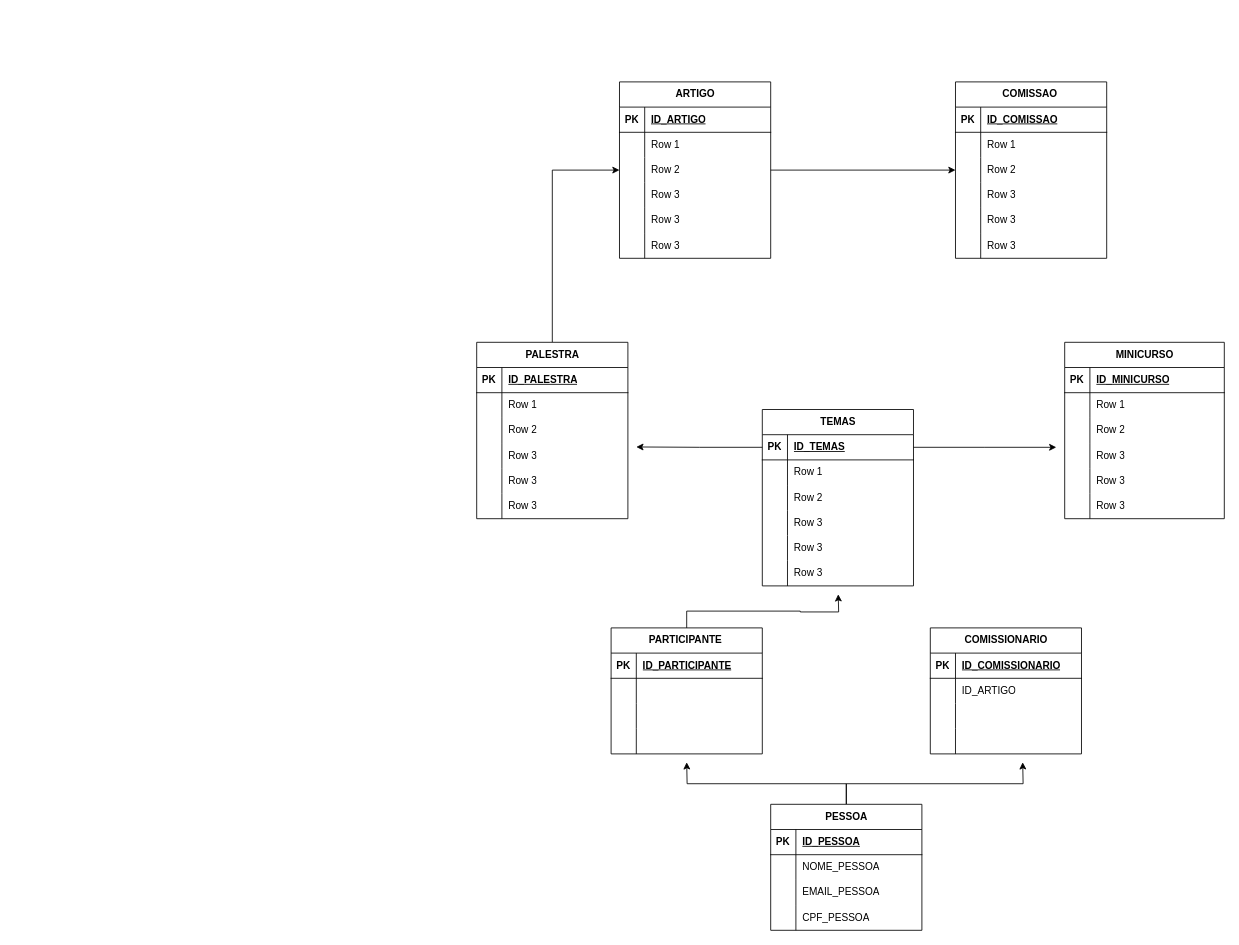
Earlier version of the draw.io diagram C2304/projetosimposio.drawio (lteduardo01/DB_UNOESC). Source tidied: cells renumbered, new cells numbered last; positions are measured from the earlier drawing's top-left corner, leaving out a move shared by most shapes. Both pictures are drawn from the tidied source at 84%, with x=0, y=0 at pixel (476, 81).
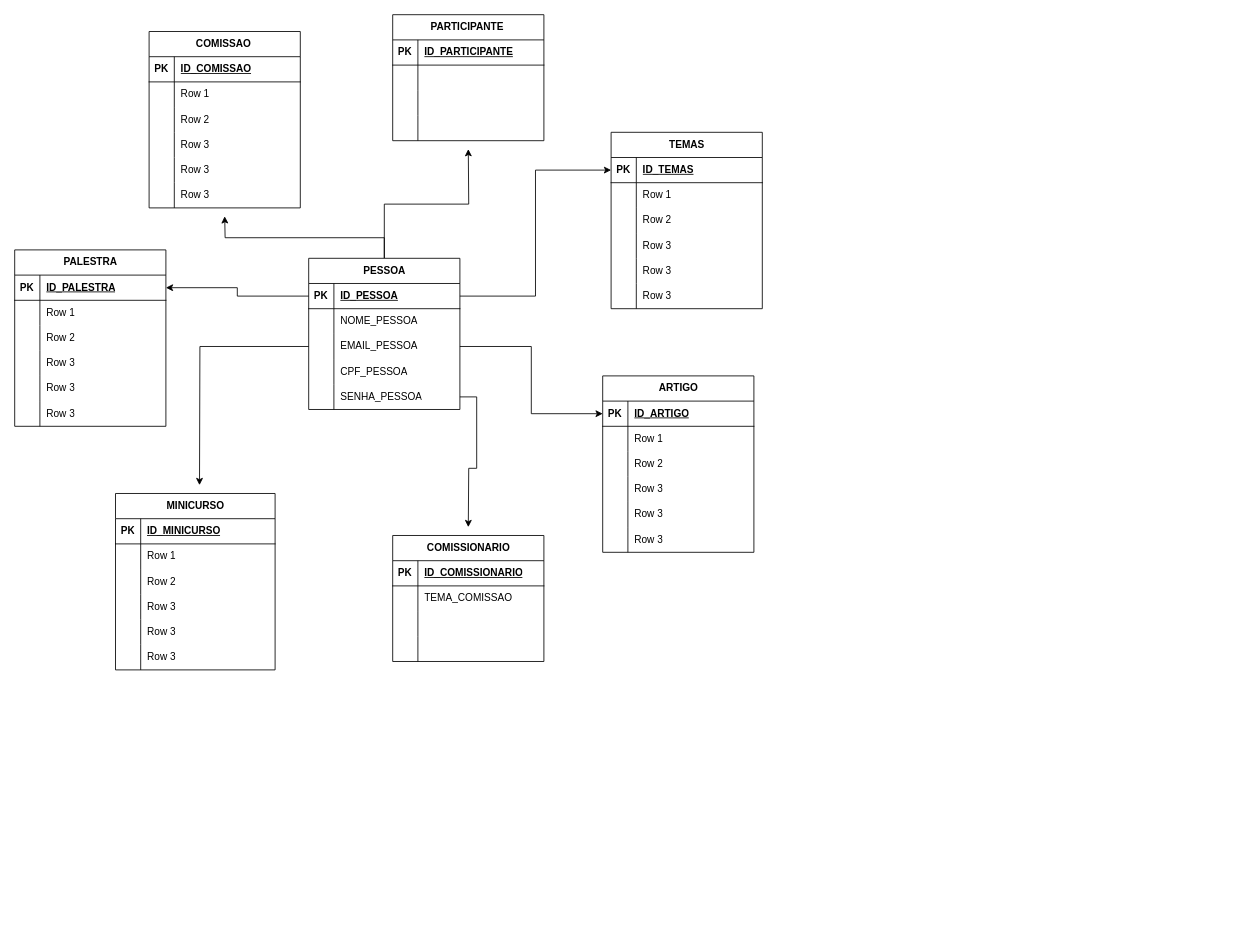
The same diagram, later.

The change refers to these unchanged cells:
```xml
<mxCell id="36" style="shape=tableRow;horizontal=0;startSize=0;swimlaneHead=0;swimlaneBody=0;fillColor=none;points=[[0,0.5],[1,0.5]];portConstraint=eastwest;top=0;left=0;right=0;bottom=1;" parent="35" vertex="1">
  <mxGeometry y="30" width="180" height="30" as="geometry" />
</mxCell>
<mxCell id="42" style="shape=tableRow;horizontal=0;startSize=0;swimlaneHead=0;swimlaneBody=0;fillColor=none;points=[[0,0.5],[1,0.5]];portConstraint=eastwest;top=0;left=0;right=0;bottom=0;" parent="35" vertex="1">
  <mxGeometry y="90" width="180" height="30" as="geometry" />
</mxCell>
<mxCell id="61" style="shape=tableRow;horizontal=0;startSize=0;swimlaneHead=0;swimlaneBody=0;fillColor=none;points=[[0,0.5],[1,0.5]];portConstraint=eastwest;top=0;left=0;right=0;bottom=0;" parent="54" vertex="1">
  <mxGeometry y="90" width="180" height="30" as="geometry" />
</mxCell>
<mxCell id="74" style="shape=tableRow;horizontal=0;startSize=0;swimlaneHead=0;swimlaneBody=0;fillColor=none;points=[[0,0.5],[1,0.5]];portConstraint=eastwest;top=0;left=0;right=0;bottom=1;" parent="73" vertex="1">
  <mxGeometry y="30" width="180" height="30" as="geometry" />
</mxCell>
<mxCell id="94" style="shape=tableRow;horizontal=0;startSize=0;swimlaneHead=0;swimlaneBody=0;fillColor=none;points=[[0,0.5],[1,0.5]];portConstraint=eastwest;top=0;left=0;right=0;bottom=1;" parent="93" vertex="1">
  <mxGeometry y="30" width="180" height="30" as="geometry" />
</mxCell>
<mxCell id="118" style="shape=tableRow;horizontal=0;startSize=0;swimlaneHead=0;swimlaneBody=0;fillColor=none;points=[[0,0.5],[1,0.5]];portConstraint=eastwest;top=0;left=0;right=0;bottom=1;" parent="117" vertex="1">
  <mxGeometry y="30" width="180" height="30" as="geometry" />
</mxCell>
<mxCell id="124" style="shape=tableRow;horizontal=0;startSize=0;swimlaneHead=0;swimlaneBody=0;fillColor=none;points=[[0,0.5],[1,0.5]];portConstraint=eastwest;top=0;left=0;right=0;bottom=0;" parent="117" vertex="1">
  <mxGeometry y="90" width="180" height="30" as="geometry" />
</mxCell>
<mxCell id="134" style="shape=tableRow;horizontal=0;startSize=0;swimlaneHead=0;swimlaneBody=0;fillColor=none;top=0;left=0;right=0;bottom=0;" parent="130" vertex="1">
  <mxGeometry y="60" width="180" height="30" as="geometry" />
</mxCell>
```

Diff of the diagram source:
```diff
@@
-    <mxCell id="2" style="edgeStyle=orthogonalEdgeStyle;rounded=0;jettySize=auto;html=1;exitX=0.5;exitY=0;exitDx=0;exitDy=0;" parent="1" edge="1" source="3">
-      <mxGeometry relative="1" as="geometry">
-        <mxPoint x="430.4" y="610" as="targetPoint" />
-      </mxGeometry>
-    </mxCell>
     <mxCell id="3" value="PARTICIPANTE&amp;nbsp;" style="shape=table;startSize=30;childLayout=tableLayout;rowLines=0;fontStyle=1;align=center;html=1;" parent="1" vertex="1">
-      <mxGeometry x="160" y="650" width="180" height="150" as="geometry" />
+      <mxGeometry x="-100" y="-80" width="180" height="150" as="geometry" />
     </mxCell>
@@
     <mxCell id="16" value="MINICURSO" style="shape=table;startSize=30;childLayout=tableLayout;rowLines=0;fontStyle=1;align=center;html=1;" parent="1" vertex="1">
-      <mxGeometry x="700" y="310" width="190" height="210" as="geometry" />
+      <mxGeometry x="-430" y="490" width="190" height="210" as="geometry" />
     </mxCell>
@@
     <mxCell id="35" value="ARTIGO" style="shape=table;startSize=30;childLayout=tableLayout;rowLines=0;fontStyle=1;align=center;html=1;" parent="1" vertex="1">
-      <mxGeometry x="170" width="180" height="210" as="geometry" />
+      <mxGeometry x="150" y="350" width="180" height="210" as="geometry" />
     </mxCell>
@@
     <mxCell id="54" value="COMISSAO&amp;nbsp;" style="shape=table;startSize=30;childLayout=tableLayout;rowLines=0;fontStyle=1;align=center;html=1;" parent="1" vertex="1">
-      <mxGeometry x="570" width="180" height="210" as="geometry" />
+      <mxGeometry x="-390" y="-60" width="180" height="210" as="geometry" />
     </mxCell>
@@
     <mxCell id="73" value="TEMAS" style="shape=table;startSize=30;childLayout=tableLayout;rowLines=0;fontStyle=1;align=center;html=1;" parent="1" vertex="1">
-      <mxGeometry x="340" y="390" width="180" height="210" as="geometry" />
+      <mxGeometry x="160" y="60" width="180" height="210" as="geometry" />
     </mxCell>
@@
-    <mxCell id="92" style="edgeStyle=orthogonalEdgeStyle;rounded=0;jettySize=auto;html=1;exitX=0.5;exitY=0;exitDx=0;exitDy=0;entryX=0;entryY=0.5;entryDx=0;entryDy=0;" parent="1" edge="1" source="93" target="42">
-      <mxGeometry relative="1" as="geometry" />
-    </mxCell>
     <mxCell id="93" value="PALESTRA" style="shape=table;startSize=30;childLayout=tableLayout;rowLines=0;fontStyle=1;align=center;html=1;" parent="1" vertex="1">
-      <mxGeometry y="310" width="180" height="210" as="geometry" />
+      <mxGeometry x="-550" y="200" width="180" height="210" as="geometry" />
     </mxCell>
@@
-    <mxCell id="112" style="edgeStyle=orthogonalEdgeStyle;rounded=0;jettySize=auto;html=1;exitX=0;exitY=0.5;exitDx=0;exitDy=0;" parent="1" edge="1" source="74">
-      <mxGeometry relative="1" as="geometry">
-        <mxPoint x="190" y="434.6" as="targetPoint" />
-      </mxGeometry>
-    </mxCell>
-    <mxCell id="113" style="edgeStyle=orthogonalEdgeStyle;rounded=0;jettySize=auto;html=1;exitX=1;exitY=0.5;exitDx=0;exitDy=0;" parent="1" edge="1" source="74">
-      <mxGeometry relative="1" as="geometry">
-        <mxPoint x="690" y="435" as="targetPoint" />
-      </mxGeometry>
-    </mxCell>
-    <mxCell id="114" style="edgeStyle=orthogonalEdgeStyle;rounded=0;jettySize=auto;html=1;exitX=1;exitY=0.5;exitDx=0;exitDy=0;entryX=0;entryY=0.5;entryDx=0;entryDy=0;" parent="1" edge="1" source="42" target="61">
-      <mxGeometry relative="1" as="geometry" />
-    </mxCell>
-    <mxCell id="115" style="edgeStyle=orthogonalEdgeStyle;rounded=0;jettySize=auto;html=1;exitX=0.5;exitY=0;exitDx=0;exitDy=0;" parent="1" edge="1" source="117">
-      <mxGeometry relative="1" as="geometry">
-        <mxPoint x="250" y="810" as="targetPoint" />
-      </mxGeometry>
-    </mxCell>
-    <mxCell id="116" style="edgeStyle=orthogonalEdgeStyle;rounded=0;jettySize=auto;html=1;exitX=0.5;exitY=0;exitDx=0;exitDy=0;" parent="1" edge="1" source="117">
-      <mxGeometry relative="1" as="geometry">
-        <mxPoint x="650" y="810" as="targetPoint" />
-      </mxGeometry>
-    </mxCell>
+    <mxCell id="143" style="edgeStyle=orthogonalEdgeStyle;rounded=0;jettySize=auto;html=1;exitX=0.5;exitY=0;exitDx=0;exitDy=0;" parent="1" edge="1" source="117">
+      <mxGeometry relative="1" as="geometry">
+        <mxPoint x="-10" y="80" as="targetPoint" />
+      </mxGeometry>
+    </mxCell>
+    <mxCell id="144" style="edgeStyle=orthogonalEdgeStyle;rounded=0;jettySize=auto;html=1;exitX=0.5;exitY=0;exitDx=0;exitDy=0;" parent="1" edge="1" source="117">
+      <mxGeometry relative="1" as="geometry">
+        <mxPoint x="-300" y="160" as="targetPoint" />
+      </mxGeometry>
+    </mxCell>
     <mxCell id="117" value="PESSOA" style="shape=table;startSize=30;childLayout=tableLayout;rowLines=0;fontStyle=1;align=center;html=1;" parent="1" vertex="1">
-      <mxGeometry x="350" y="860" width="180" height="150" as="geometry" />
+      <mxGeometry x="-200" y="210" width="180" height="180" as="geometry" />
     </mxCell>
@@
+    <mxCell id="145" style="shape=tableRow;horizontal=0;startSize=0;swimlaneHead=0;swimlaneBody=0;fillColor=none;points=[[0,0.5],[1,0.5]];portConstraint=eastwest;top=0;left=0;right=0;bottom=0;" parent="117" vertex="1">
+      <mxGeometry y="150" width="180" height="30" as="geometry" />
+    </mxCell>
+    <mxCell id="146" style="shape=partialRectangle;fillColor=none;top=0;left=0;bottom=0;right=0;overflow=hidden;whiteSpace=wrap;html=1;" parent="145" vertex="1">
+      <mxGeometry width="30" height="30" as="geometry" />
+    </mxCell>
+    <mxCell id="147" value="SENHA_PESSOA" style="shape=partialRectangle;fillColor=none;top=0;left=0;bottom=0;right=0;align=left;spacingLeft=6;overflow=hidden;whiteSpace=wrap;html=1;" parent="145" vertex="1">
+      <mxGeometry x="30" width="150" height="30" as="geometry" />
+    </mxCell>
     <mxCell id="130" value="COMISSIONARIO" style="shape=table;startSize=30;childLayout=tableLayout;rowLines=0;fontStyle=1;align=center;html=1;" parent="1" vertex="1">
-      <mxGeometry x="540" y="650" width="180" height="150" as="geometry" />
+      <mxGeometry x="-100" y="540" width="180" height="150" as="geometry" />
     </mxCell>
@@
-    <mxCell id="136" value="ID_ARTIGO" style="shape=partialRectangle;fillColor=none;top=0;left=0;bottom=0;right=0;align=left;spacingLeft=6;overflow=hidden;whiteSpace=wrap;html=1;" parent="134" vertex="1">
+    <mxCell id="136" value="TEMA_COMISSAO" style="shape=partialRectangle;fillColor=none;top=0;left=0;bottom=0;right=0;align=left;spacingLeft=6;overflow=hidden;whiteSpace=wrap;html=1;" parent="134" vertex="1">
       <mxGeometry x="30" width="150" height="30" as="geometry" />
     </mxCell>
@@
+    <mxCell id="148" style="edgeStyle=orthogonalEdgeStyle;rounded=0;jettySize=auto;html=1;exitX=1;exitY=0.5;exitDx=0;exitDy=0;entryX=0;entryY=0.5;entryDx=0;entryDy=0;" parent="1" edge="1" source="118" target="74">
+      <mxGeometry relative="1" as="geometry" />
+    </mxCell>
+    <mxCell id="149" style="edgeStyle=orthogonalEdgeStyle;rounded=0;jettySize=auto;html=1;exitX=1;exitY=0.5;exitDx=0;exitDy=0;entryX=0;entryY=0.5;entryDx=0;entryDy=0;" parent="1" edge="1" source="124" target="36">
+      <mxGeometry relative="1" as="geometry" />
+    </mxCell>
+    <mxCell id="150" style="edgeStyle=orthogonalEdgeStyle;rounded=0;jettySize=auto;html=1;exitX=0;exitY=0.5;exitDx=0;exitDy=0;entryX=1;entryY=0.5;entryDx=0;entryDy=0;" parent="1" edge="1" source="118" target="94">
+      <mxGeometry relative="1" as="geometry" />
+    </mxCell>
+    <mxCell id="151" style="edgeStyle=orthogonalEdgeStyle;rounded=0;jettySize=auto;html=1;exitX=0;exitY=0.5;exitDx=0;exitDy=0;" parent="1" edge="1" source="124">
+      <mxGeometry relative="1" as="geometry">
+        <mxPoint x="-330" y="480" as="targetPoint" />
+      </mxGeometry>
+    </mxCell>
+    <mxCell id="152" style="edgeStyle=orthogonalEdgeStyle;rounded=0;jettySize=auto;html=1;exitX=1;exitY=0.5;exitDx=0;exitDy=0;" parent="1" edge="1" source="145">
+      <mxGeometry relative="1" as="geometry">
+        <mxPoint x="-10" y="530" as="targetPoint" />
+      </mxGeometry>
+    </mxCell>
```
